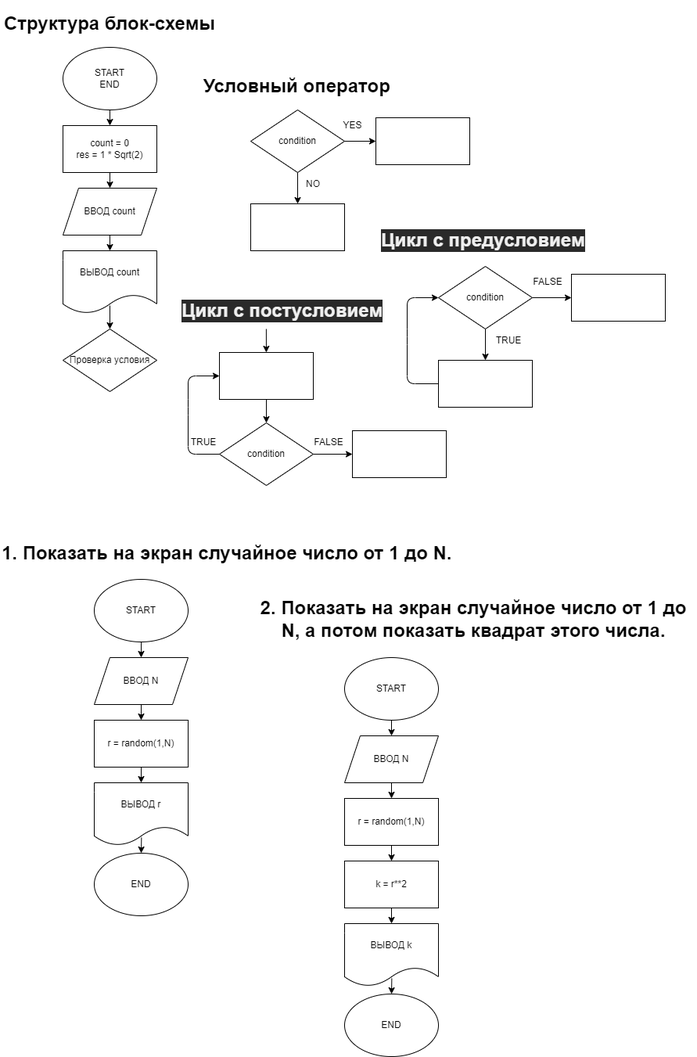
Evangelinka/practicum keeps this draw.io diagram as ex000.drawio.png. Above is the earlier version. Source tidied: cells renumbered, new cells last; positions are measured from the earlier drawing's top-left corner, leaving out a move shared by most shapes.
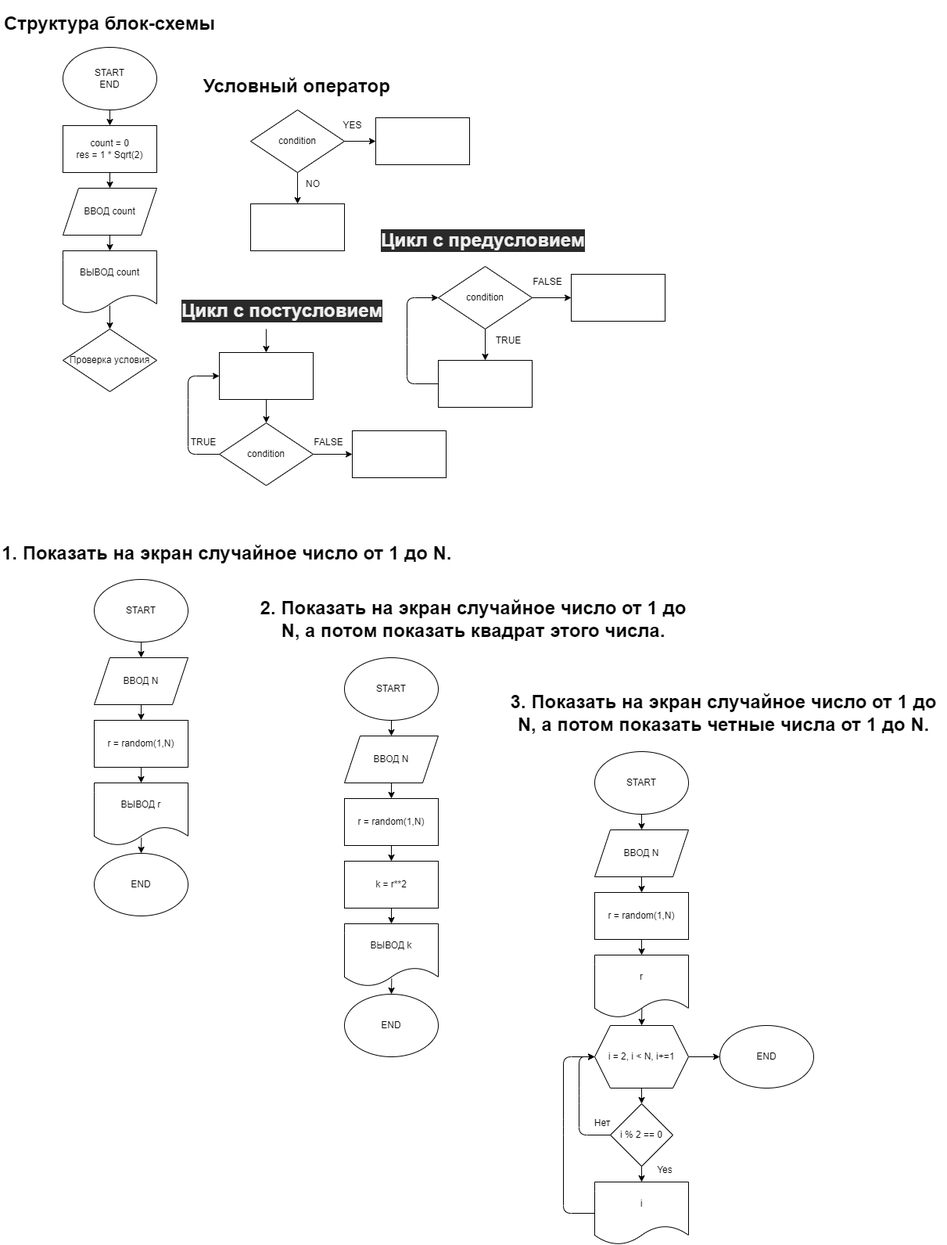
After the change.

Commit message:
Решили задачу 3

Diff of the diagram source:
```diff
@@ -197,5 +197,85 @@
     <mxCell id="60" value="k = r**2" style="rounded=0;whiteSpace=wrap;html=1;" parent="1" vertex="1">
       <mxGeometry x="440" y="1090" width="120" height="60" as="geometry" />
     </mxCell>
+    <mxCell id="61" value="&lt;h1 style=&quot;font-family: &amp;#34;helvetica&amp;#34;&quot;&gt;3. Показать на экран случайное число от 1 до N, а потом показать четные числа от 1 до N.&lt;/h1&gt;" style="text;whiteSpace=wrap;html=1;align=center;" parent="1" vertex="1">
+      <mxGeometry x="640" y="850" width="570" height="90" as="geometry" />
+    </mxCell>
+    <mxCell id="62" style="edgeStyle=none;html=1;exitX=0.5;exitY=1;exitDx=0;exitDy=0;entryX=0.5;entryY=0;entryDx=0;entryDy=0;" parent="1" edge="1" source="63">
+      <mxGeometry relative="1" as="geometry">
+        <mxPoint x="820" y="1050" as="targetPoint" />
+      </mxGeometry>
+    </mxCell>
+    <mxCell id="63" value="START" style="ellipse;whiteSpace=wrap;html=1;" parent="1" vertex="1">
+      <mxGeometry x="760" y="950" width="120" height="80" as="geometry" />
+    </mxCell>
+    <mxCell id="64" style="edgeStyle=none;html=1;exitX=0.5;exitY=1;exitDx=0;exitDy=0;entryX=0.5;entryY=0;entryDx=0;entryDy=0;" parent="1" edge="1" source="65" target="67">
+      <mxGeometry relative="1" as="geometry" />
+    </mxCell>
+    <mxCell id="65" value="ВВОД N" style="shape=parallelogram;perimeter=parallelogramPerimeter;whiteSpace=wrap;html=1;fixedSize=1;" parent="1" vertex="1">
+      <mxGeometry x="760" y="1050" width="120" height="60" as="geometry" />
+    </mxCell>
+    <mxCell id="66" style="edgeStyle=none;html=1;exitX=0.5;exitY=1;exitDx=0;exitDy=0;entryX=0.5;entryY=0;entryDx=0;entryDy=0;" parent="1" edge="1" source="67">
+      <mxGeometry relative="1" as="geometry">
+        <mxPoint x="820" y="1210" as="targetPoint" />
+      </mxGeometry>
+    </mxCell>
+    <mxCell id="67" value="r = random(1,N)" style="rounded=0;whiteSpace=wrap;html=1;" parent="1" vertex="1">
+      <mxGeometry x="760" y="1130" width="120" height="60" as="geometry" />
+    </mxCell>
+    <mxCell id="68" value="END" style="ellipse;whiteSpace=wrap;html=1;" parent="1" vertex="1">
+      <mxGeometry x="920" y="1300" width="120" height="80" as="geometry" />
+    </mxCell>
+    <mxCell id="69" style="edgeStyle=none;html=1;exitX=0.5;exitY=1;exitDx=0;exitDy=0;entryX=0.5;entryY=0;entryDx=0;entryDy=0;" parent="1" edge="1" source="71" target="74">
+      <mxGeometry relative="1" as="geometry" />
+    </mxCell>
+    <mxCell id="70" style="edgeStyle=none;html=1;exitX=1;exitY=0.5;exitDx=0;exitDy=0;" parent="1" edge="1" source="71">
+      <mxGeometry relative="1" as="geometry">
+        <mxPoint x="920" y="1340" as="targetPoint" />
+      </mxGeometry>
+    </mxCell>
+    <mxCell id="71" value="i = 2, i &amp;lt; N, i+=1" style="shape=hexagon;perimeter=hexagonPerimeter2;whiteSpace=wrap;html=1;fixedSize=1;" parent="1" vertex="1">
+      <mxGeometry x="760" y="1300" width="120" height="80" as="geometry" />
+    </mxCell>
+    <mxCell id="72" style="edgeStyle=none;html=1;exitX=0.5;exitY=1;exitDx=0;exitDy=0;" parent="1" edge="1" source="74">
+      <mxGeometry relative="1" as="geometry">
+        <mxPoint x="820" y="1500" as="targetPoint" />
+      </mxGeometry>
+    </mxCell>
+    <mxCell id="73" style="edgeStyle=none;html=1;exitX=0;exitY=0.5;exitDx=0;exitDy=0;entryX=0;entryY=0.5;entryDx=0;entryDy=0;" parent="1" edge="1" source="74" target="71">
+      <mxGeometry relative="1" as="geometry">
+        <Array as="points">
+          <mxPoint x="740" y="1440" />
+          <mxPoint x="740" y="1390" />
+          <mxPoint x="740" y="1340" />
+        </Array>
+      </mxGeometry>
+    </mxCell>
+    <mxCell id="74" value="i % 2 == 0" style="rhombus;whiteSpace=wrap;html=1;" parent="1" vertex="1">
+      <mxGeometry x="780" y="1400" width="80" height="80" as="geometry" />
+    </mxCell>
+    <mxCell id="75" style="edgeStyle=none;html=1;exitX=0;exitY=0.5;exitDx=0;exitDy=0;entryX=0;entryY=0.5;entryDx=0;entryDy=0;" parent="1" edge="1" source="76" target="71">
+      <mxGeometry relative="1" as="geometry">
+        <Array as="points">
+          <mxPoint x="720" y="1540" />
+          <mxPoint x="720" y="1430" />
+          <mxPoint x="720" y="1340" />
+        </Array>
+      </mxGeometry>
+    </mxCell>
+    <mxCell id="76" value="i" style="shape=document;whiteSpace=wrap;html=1;boundedLbl=1;" parent="1" vertex="1">
+      <mxGeometry x="760" y="1500" width="120" height="80" as="geometry" />
+    </mxCell>
+    <mxCell id="77" value="Yes" style="text;html=1;strokeColor=none;fillColor=none;align=center;verticalAlign=middle;whiteSpace=wrap;rounded=0;" parent="1" vertex="1">
+      <mxGeometry x="820" y="1470" width="60" height="30" as="geometry" />
+    </mxCell>
+    <mxCell id="78" value="Нет" style="text;html=1;strokeColor=none;fillColor=none;align=center;verticalAlign=middle;whiteSpace=wrap;rounded=0;" parent="1" vertex="1">
+      <mxGeometry x="740" y="1410" width="60" height="30" as="geometry" />
+    </mxCell>
+    <mxCell id="79" value="r" style="shape=document;whiteSpace=wrap;html=1;boundedLbl=1;" parent="1" vertex="1">
+      <mxGeometry x="760" y="1210" width="120" height="80" as="geometry" />
+    </mxCell>
+    <mxCell id="80" style="endArrow=classic;html=1;entryX=0.5;entryY=0;entryDx=0;entryDy=0;exitX=0.503;exitY=0.855;exitDx=0;exitDy=0;exitPerimeter=0;" parent="1" edge="1" source="79" target="71">
+      <mxGeometry relative="1" as="geometry" />
+    </mxCell>
   </root>
 </mxGraphModel>
```
